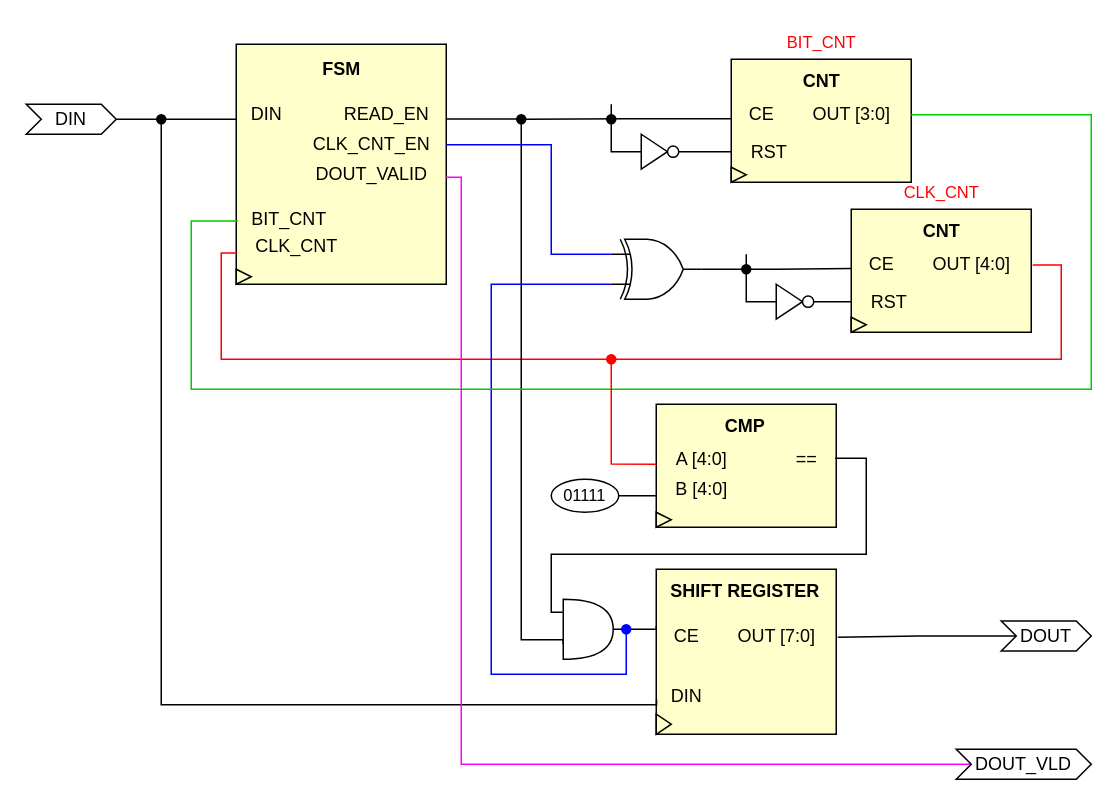
Above: Untitled Diagram.drawio in ArturSultanov/inc_project (draw.io), before the change. Source tidied: cells renumbered, new cells numbered last; positions are measured from the earlier drawing's top-left corner, leaving out a move shared by most shapes. Both pictures are drawn from the tidied source at 150%, with x=0, y=0 at pixel (26, 26).
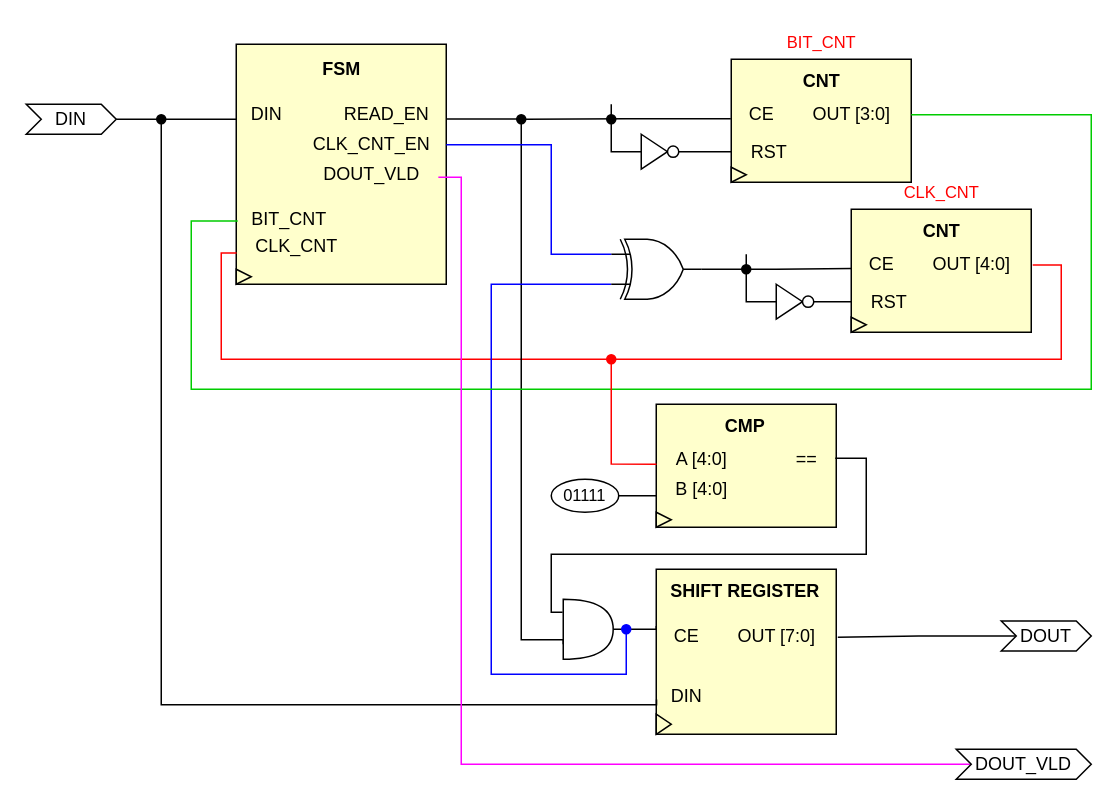
After the change.

Commit message:
INC_RTL

The change refers to these unchanged cells:
```xml
<mxCell id="3" style="group;" parent="2" vertex="1">
  <mxGeometry x="30" width="155" height="150" as="geometry" />
</mxCell>
```

The edit, as a diff of the source:
```diff
@@
-    <mxCell id="9" value="DOUT_VALID" style="text;html=1;align=center;verticalAlign=middle;points=[];strokeColor=none;fillColor=none;" parent="3" vertex="1">
-      <mxGeometry x="50" y="62" width="100" height="30" as="geometry" />
+    <mxCell id="9" value="DOUT_VLD" style="text;html=1;align=center;verticalAlign=middle;points=[];strokeColor=none;fillColor=none;" parent="3" vertex="1">
+      <mxGeometry x="55" y="62" width="90" height="30" as="geometry" />
     </mxCell>
```
